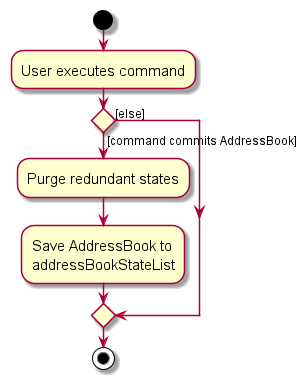
Earlier version of the PlantUML export docs/images/CommitActivityDiagram.png (c-wenlong/tp).
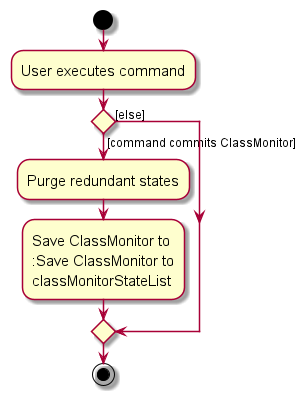
Later version of the same file.

Change to the diagram source:
```diff
@@ -6,10 +6,11 @@
 :User executes command;
 
 
-if () then ([command commits AddressBook])
+if () then ([command commits ClassMonitor])
     :Purge redundant states;
-    :Save AddressBook to
-    addressBookStateList;
+    :Save ClassMonitor to
+    :Save ClassMonitor to
+    classMonitorStateList;
 else ([else])
 endif
 stop
```
